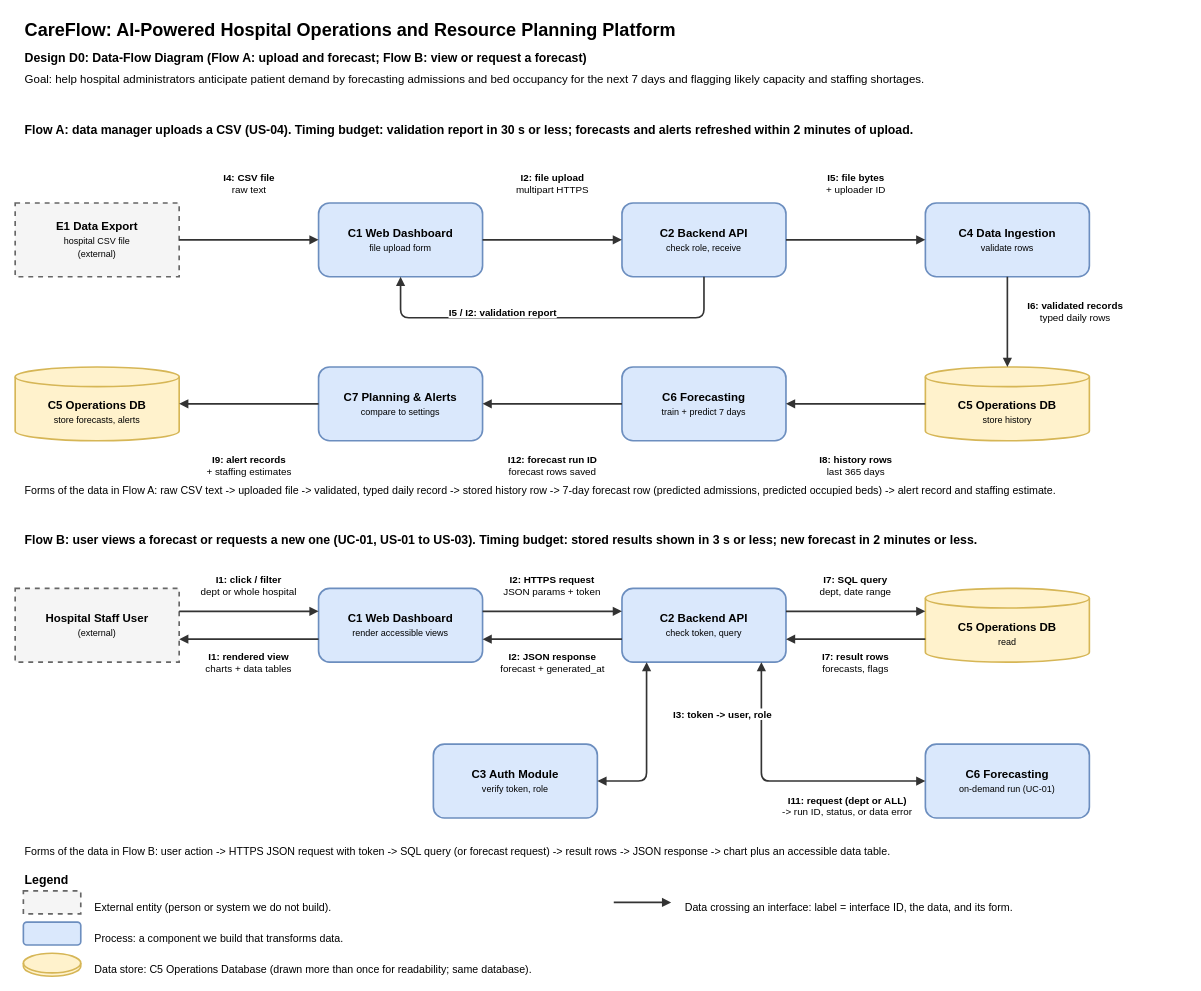
Before: Design_Diagrams/D0_Data_Flow.drawio in nurick-uc/CareFlow, a draw.io diagram. Source tidied: cells renumbered, new cells numbered last; positions are measured from the earlier drawing's top-left corner, leaving out a move shared by most shapes. Both pictures are drawn from the tidied source at 82%, with x=0, y=0 at pixel (15, 14).
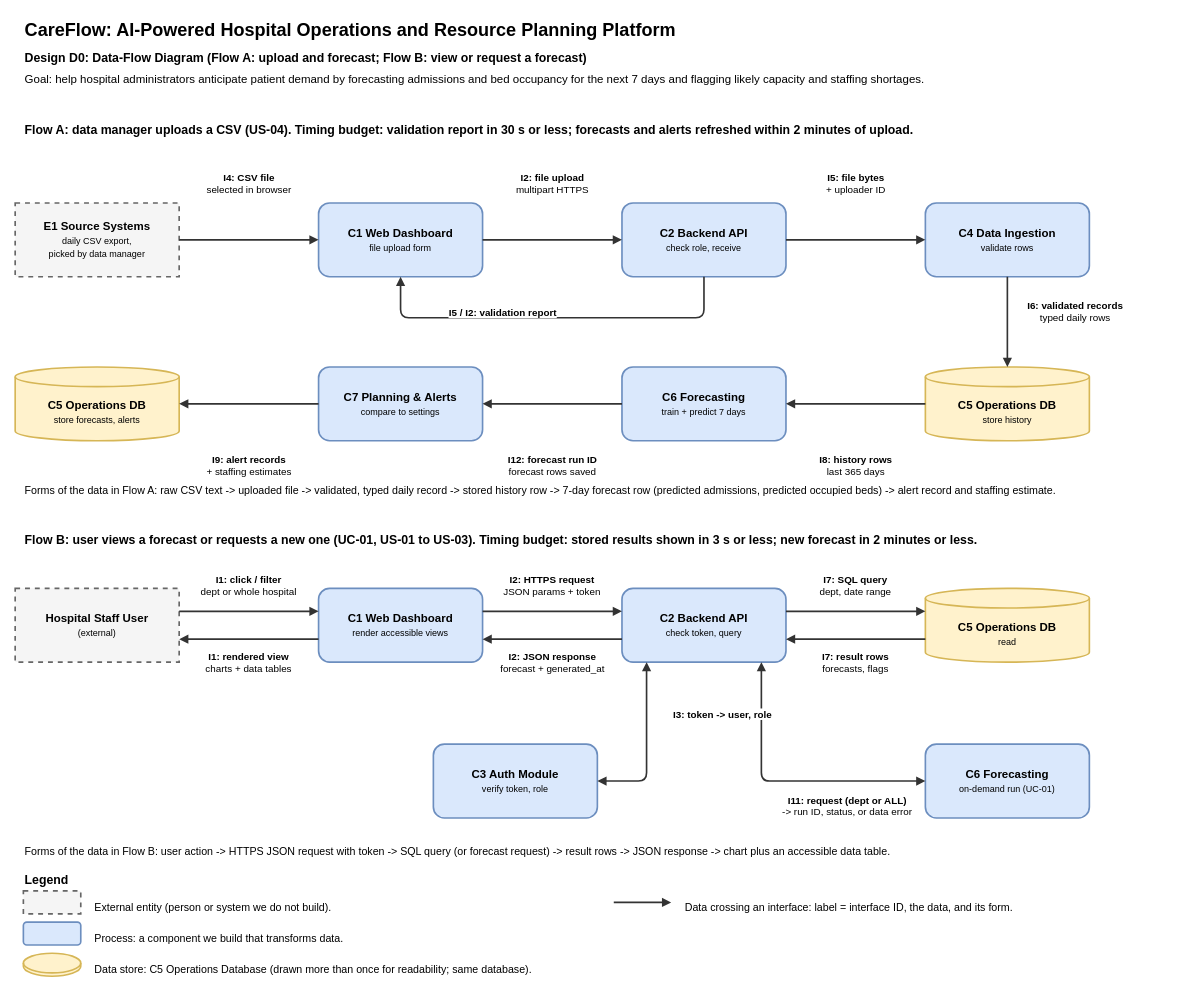
Above is the later version.

What changed in the source:
```diff
@@
-    <mxCell id="2" value="&lt;b&gt;E1 Data Export&lt;/b&gt;&lt;br&gt;&lt;font style='font-size:11px'&gt;hospital CSV file&lt;/font&gt;&lt;br&gt;&lt;font style='font-size:11px'&gt;(external)&lt;/font&gt;" style="rounded=0;whiteSpace=wrap;html=1;fillColor=#F5F5F5;strokeColor=#666666;strokeWidth=2;dashed=1;fontSize=14;" parent="1" vertex="1">
+    <mxCell id="2" value="&lt;b&gt;E1 Source Systems&lt;/b&gt;&lt;br&gt;&lt;font style='font-size:11px'&gt;daily CSV export,&lt;/font&gt;&lt;br&gt;&lt;font style='font-size:11px'&gt;picked by data manager&lt;/font&gt;" style="rounded=0;whiteSpace=wrap;html=1;fillColor=#F5F5F5;strokeColor=#666666;strokeWidth=2;dashed=1;fontSize=14;" parent="1" vertex="1">
       <mxGeometry y="230" width="200" height="90" as="geometry" />
     </mxCell>
@@
-    <mxCell id="40" value="&lt;b&gt;I4: CSV file&lt;/b&gt;&lt;br&gt;raw text" style="text;html=1;align=center;fontSize=12;labelBackgroundColor=#ffffff;whiteSpace=wrap;" parent="1" vertex="1">
+    <mxCell id="40" value="&lt;b&gt;I4: CSV file&lt;/b&gt;&lt;br&gt;selected in browser" style="text;html=1;align=center;fontSize=12;labelBackgroundColor=#ffffff;whiteSpace=wrap;" parent="1" vertex="1">
       <mxGeometry x="202.5" y="186" width="165" height="38" as="geometry" />
     </mxCell>
```
